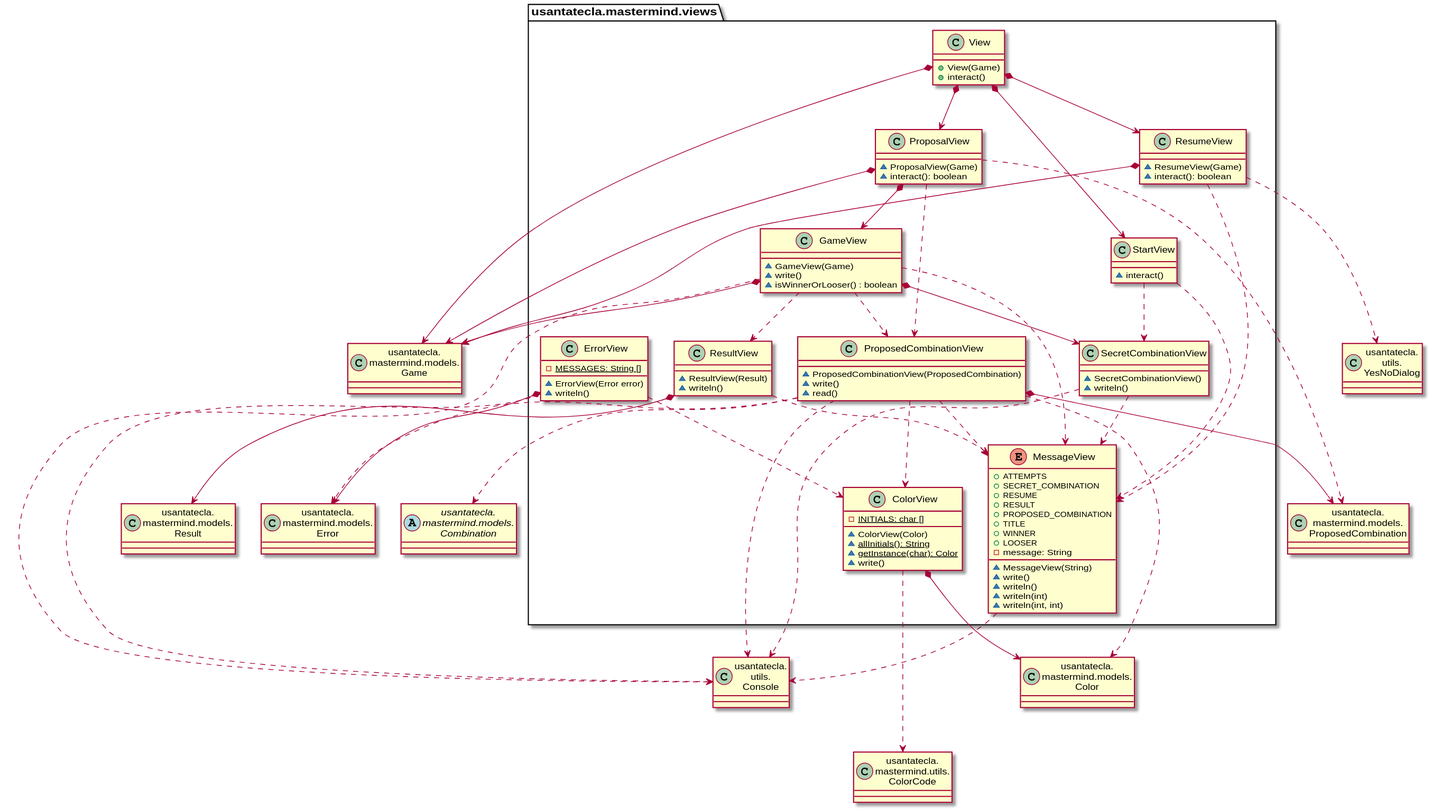
SantaTecla-mastermind/solution.java.swing.socket.sql keeps this PlantUML diagram as documentView/console/docs/diagrams/out/paquetes/usantatecla.mastermind.views.svg. Above is the earlier version.
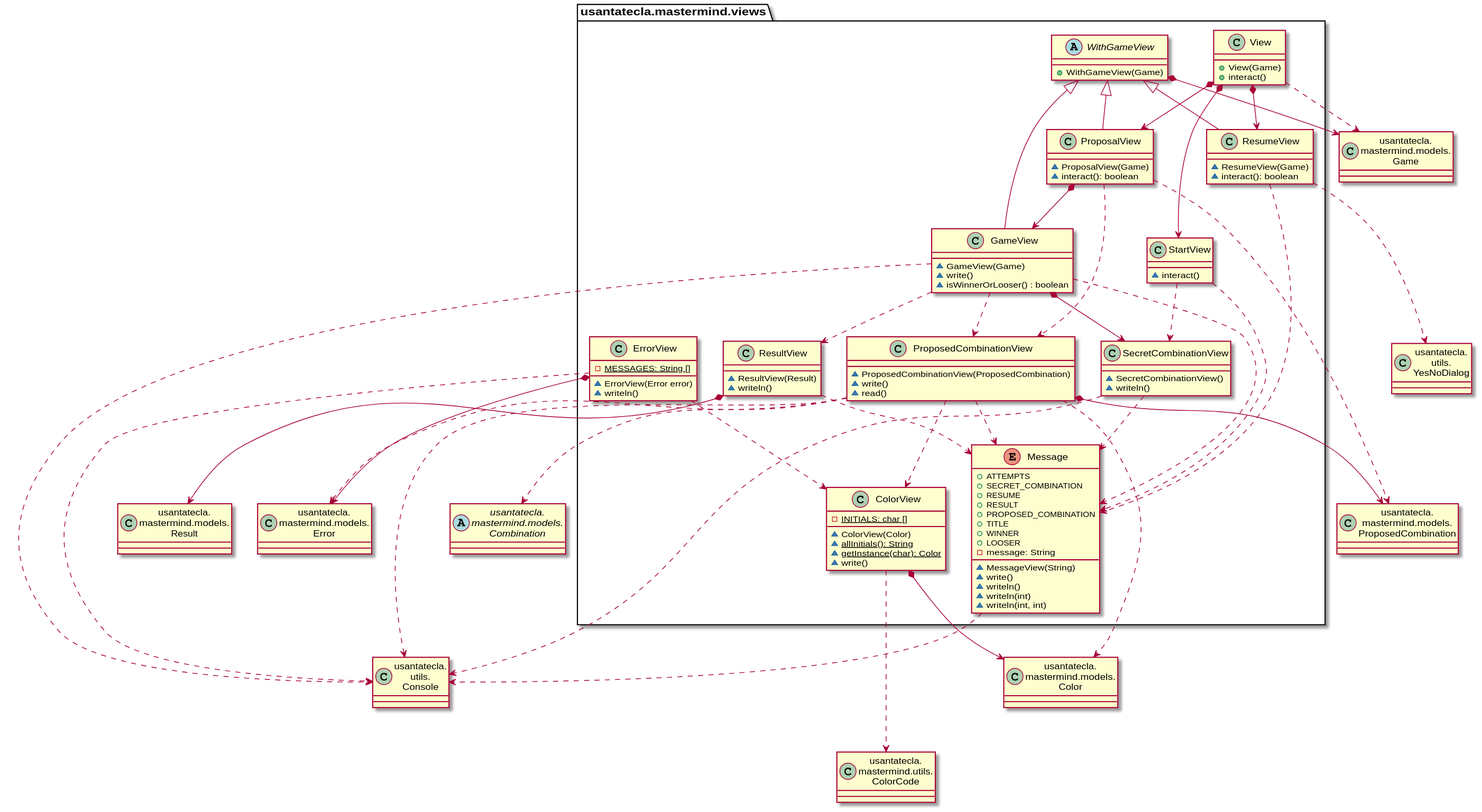
Later version of the same file.

Change to the diagram source:
```diff
@@ -8,6 +8,11 @@
 class Game as "usantatecla.\nmastermind.models.\nGame"
 class YesNoDialog as "usantatecla.\nutils.\nYesNoDialog"
 class Console as "usantatecla.\nutils.\nConsole"
+
+abstract class usantatecla.mastermind.views.WithGameView {
+    + WithGameView(Game)
+}
+usantatecla.mastermind.views.WithGameView *-down-> Game
 
 class usantatecla.mastermind.views.ColorView{
     - {static} INITIALS: char []
@@ -33,7 +38,7 @@
     ~ write()
     ~ isWinnerOrLooser() : boolean
 }
-usantatecla.mastermind.views.GameView *-down-> Game
+usantatecla.mastermind.views.GameView -up-|> usantatecla.mastermind.views.WithGameView
 usantatecla.mastermind.views.GameView *-down-> usantatecla.mastermind.views.SecretCombinationView
 usantatecla.mastermind.views.GameView ..> usantatecla.mastermind.views.Message
 usantatecla.mastermind.views.GameView ..> usantatecla.mastermind.views.ProposedCombinationView
@@ -62,7 +67,7 @@
     ~ ProposalView(Game)
     ~ interact(): boolean
 }
-usantatecla.mastermind.views.ProposalView *-down-> Game
+usantatecla.mastermind.views.ProposalView -up-|> usantatecla.mastermind.views.WithGameView
 usantatecla.mastermind.views.ProposalView *-down-> usantatecla.mastermind.views.GameView
 usantatecla.mastermind.views.ProposalView -down..> ProposedCombination
 usantatecla.mastermind.views.ProposalView ..> usantatecla.mastermind.views.ProposedCombinationView
@@ -91,7 +96,7 @@
     ~ ResumeView(Game)
     ~ interact(): boolean
 }
-usantatecla.mastermind.views.ResumeView *-down-> Game
+usantatecla.mastermind.views.ResumeView -up-|> usantatecla.mastermind.views.WithGameView
 usantatecla.mastermind.views.ResumeView -down..> YesNoDialog
 usantatecla.mastermind.views.ResumeView ..> usantatecla.mastermind.views.Message
 
@@ -112,8 +117,8 @@
     + View(Game)
     + interact()
 }
+usantatecla.mastermind.views.View .down.> Game
 usantatecla.mastermind.views.View *-down-> usantatecla.mastermind.views.ProposalView
 usantatecla.mastermind.views.View *-down-> usantatecla.mastermind.views.StartView
-usantatecla.mastermind.views.View *-down-> Game
 usantatecla.mastermind.views.View *-down-> usantatecla.mastermind.views.ResumeView
 @enduml
```
